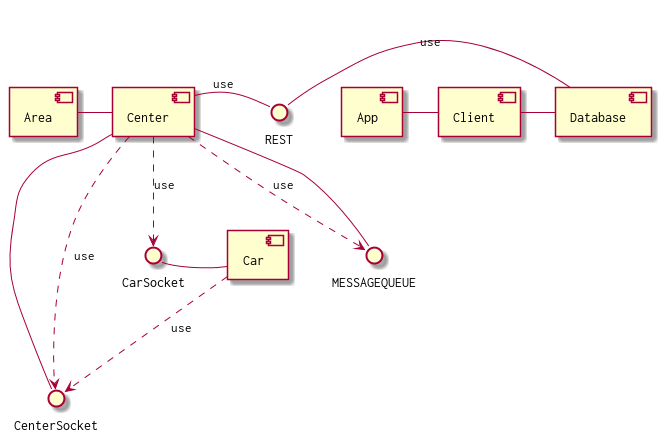
This is Diagrams/componentDiagram.png from TwanSchoonen/Networking2018, a PlantUML export, as it was before one commit. Source of this version:
```plantuml
@startuml
skinparam componentStyle uml2

[Area] - [Center]
[Center] - CenterSocket
[Car] ..> CenterSocket : use
[Center] - REST : use
REST - [Database] : use
[Center] ..> CarSocket : use
CarSocket - [Car]
[Center] ..> CenterSocket : use
[Center] ..> MESSAGEQUEUE : use
MESSAGEQUEUE - [Center]
[App] - [Client]
[Client] - [Database]
@enduml
```
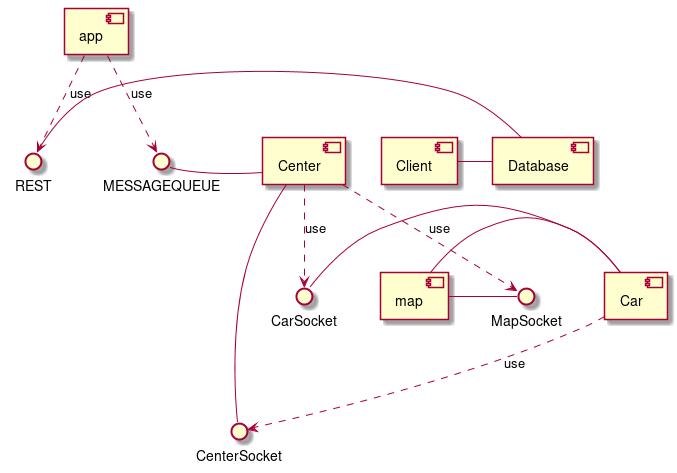
The same diagram one commit later.

Change to the diagram source:
```diff
@@ -1,16 +1,16 @@
 @startuml
 skinparam componentStyle uml2
 
-[Area] - [Center]
 [Center] - CenterSocket
 [Car] ..> CenterSocket : use
-[Center] - REST : use
-REST - [Database] : use
+[app] ..> REST : use
+REST - [Database]
 [Center] ..> CarSocket : use
 CarSocket - [Car]
-[Center] ..> CenterSocket : use
-[Center] ..> MESSAGEQUEUE : use
+[app] ..> MESSAGEQUEUE : use
 MESSAGEQUEUE - [Center]
-[App] - [Client]
 [Client] - [Database]
+[map] - MapSocket
+[Center] ..> MapSocket: use
+[map] - [Car]
 @enduml
```
